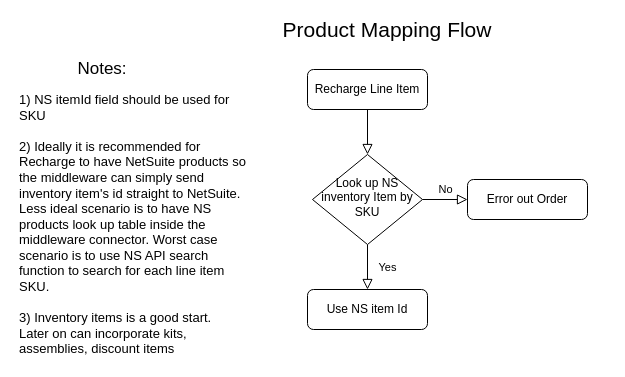
The draw.io diagram Product Mapping Flow Recharge.drawio in alexrsunrise/diagrams, before the edit. Source tidied: cells renumbered, new cells numbered last; positions are measured from the earlier drawing's top-left corner, leaving out a move shared by most shapes. Both pictures are drawn from the tidied source at 100%, with x=0, y=0 at pixel (17, 19).
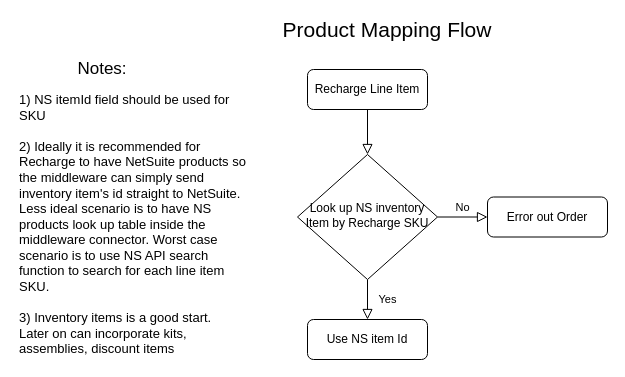
After the change.

What changed in the source:
```diff
@@
 <mxGraphModel>
   <root>
     <mxCell id="0" />
     <mxCell id="1" parent="0" />
     <mxCell id="2" style="rounded=0;html=1;jettySize=auto;fontSize=11;endArrow=block;endFill=0;endSize=8;strokeWidth=1;shadow=0;labelBackgroundColor=none;edgeStyle=orthogonalEdgeStyle;" parent="1" edge="1" source="3" target="6">
       <mxGeometry relative="1" as="geometry" />
     </mxCell>
     <mxCell id="3" value="Recharge Line Item" style="rounded=1;whiteSpace=wrap;html=1;fontSize=12;glass=0;strokeWidth=1;shadow=0;" parent="1" vertex="1">
       <mxGeometry x="290" y="50" width="120" height="40" as="geometry" />
     </mxCell>
     <mxCell id="4" value="Yes" style="rounded=0;html=1;jettySize=auto;fontSize=11;endArrow=block;endFill=0;endSize=8;strokeWidth=1;shadow=0;labelBackgroundColor=none;edgeStyle=orthogonalEdgeStyle;entryX=0.5;entryY=0;entryDx=0;entryDy=0;" parent="1" edge="1" source="6" target="8">
       <mxGeometry y="20" relative="1" as="geometry" />
     </mxCell>
     <mxCell id="5" value="No" style="edgeStyle=orthogonalEdgeStyle;rounded=0;html=1;jettySize=auto;fontSize=11;endArrow=block;endFill=0;endSize=8;strokeWidth=1;shadow=0;labelBackgroundColor=none;" parent="1" edge="1" source="6" target="7">
       <mxGeometry y="10" relative="1" as="geometry" />
     </mxCell>
-    <mxCell id="6" value="Look up NS inventory Item by SKU" style="rhombus;whiteSpace=wrap;html=1;shadow=0;fontFamily=Helvetica;fontSize=12;align=center;strokeWidth=1;spacing=6;spacingTop=-4;" parent="1" vertex="1">
-      <mxGeometry x="295" y="135" width="110" height="90" as="geometry" />
+    <mxCell id="6" value="Look up NS inventory Item by Recharge SKU" style="rhombus;whiteSpace=wrap;html=1;shadow=0;fontFamily=Helvetica;fontSize=12;align=center;strokeWidth=1;spacing=6;spacingTop=-4;" parent="1" vertex="1">
+      <mxGeometry x="280" y="135" width="140" height="125" as="geometry" />
     </mxCell>
     <mxCell id="7" value="Error out Order" style="rounded=1;whiteSpace=wrap;html=1;fontSize=12;glass=0;strokeWidth=1;shadow=0;" parent="1" vertex="1">
-      <mxGeometry x="450" y="160" width="120" height="40" as="geometry" />
+      <mxGeometry x="470" y="177.5" width="120" height="40" as="geometry" />
     </mxCell>
     <mxCell id="8" value="Use NS item Id" style="rounded=1;whiteSpace=wrap;html=1;fontSize=12;glass=0;strokeWidth=1;shadow=0;" parent="1" vertex="1">
-      <mxGeometry x="290" y="270" width="120" height="40" as="geometry" />
+      <mxGeometry x="290" y="300" width="120" height="40" as="geometry" />
     </mxCell>
     <mxCell id="9" value="Product Mapping Flow" style="text;html=1;strokeColor=none;fillColor=none;align=center;verticalAlign=middle;whiteSpace=wrap;rounded=0;fontSize=21;" parent="1" vertex="1">
       <mxGeometry x="240" width="260" height="20" as="geometry" />
     </mxCell>
     <mxCell id="10" value="Notes:" style="text;html=1;strokeColor=none;fillColor=none;align=center;verticalAlign=middle;whiteSpace=wrap;rounded=0;dashed=1;fontSize=17;" parent="1" vertex="1">
       <mxGeometry x="30" y="40" width="110" height="20" as="geometry" />
     </mxCell>
     <mxCell id="11" value="1) NS itemId field should be used for SKU&lt;br&gt;&lt;br&gt;2) Ideally it is recommended for Recharge to have NetSuite products so the middleware can simply send inventory item's id straight to NetSuite. Less ideal scenario is to have NS products look up table inside the middleware connector. Worst case scenario is to use NS API search function to search for each line item SKU.&lt;br&gt;&lt;br&gt;3) Inventory items is a good start.&amp;nbsp; Later on can incorporate kits, assemblies, discount items" style="text;html=1;strokeColor=none;fillColor=none;align=left;verticalAlign=middle;whiteSpace=wrap;rounded=0;dashed=1;fontSize=13;" parent="1" vertex="1">
       <mxGeometry y="185" width="230" height="40" as="geometry" />
     </mxCell>
   </root>
 </mxGraphModel>
```
